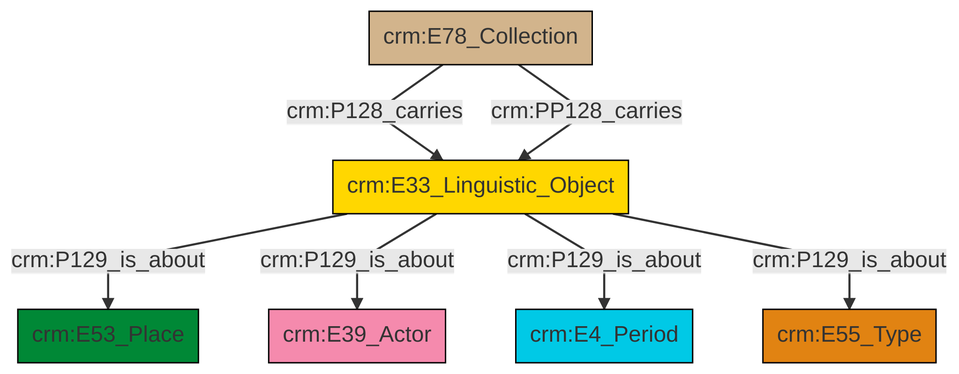
Above: et/archivalCSV/ttl/mmd/png/archival_aboutness.png in swiss-art-research-net/docs.swissartresearch (Mermaid), before the change. Its source is kept beside it as et/archivalCSV/ttl/mmd/archival_aboutness.ttl.mmd.
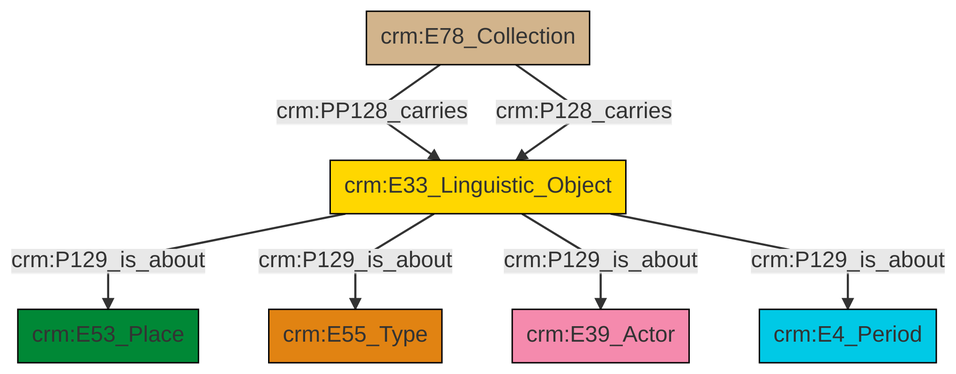
Above is the later version.

The edit, as a diff of the source:
```diff
@@ -13,9 +13,9 @@
 classDef PC_Classes fill:#4ce600, stroke:#000000;
 classDef Multi fill:#cccccc,stroke:#000000;
 
-0["crm:E78_Collection"]:::Physical_Thing -->|crm:P128_carries| 1["crm:E33_Linguistic_Object"]:::Conceptual_Object
-1["crm:E33_Linguistic_Object"]:::Conceptual_Object -->|crm:P129_is_about| 2["crm:E53_Place"]:::Place
-1["crm:E33_Linguistic_Object"]:::Conceptual_Object -->|crm:P129_is_about| 3["crm:E39_Actor"]:::Actor
-1["crm:E33_Linguistic_Object"]:::Conceptual_Object -->|crm:P129_is_about| 4["crm:E4_Period"]:::Temporal_Entity
-1["crm:E33_Linguistic_Object"]:::Conceptual_Object -->|crm:P129_is_about| 7["crm:E55_Type"]:::Type
-0["crm:E78_Collection"]:::Physical_Thing -->|crm:PP128_carries| 1["crm:E33_Linguistic_Object"]:::Conceptual_Object
+0["crm:E33_Linguistic_Object"]:::Conceptual_Object -->|crm:P129_is_about| 1["crm:E53_Place"]:::Place
+2["crm:E78_Collection"]:::Physical_Thing -->|crm:PP128_carries| 0["crm:E33_Linguistic_Object"]:::Conceptual_Object
+0["crm:E33_Linguistic_Object"]:::Conceptual_Object -->|crm:P129_is_about| 3["crm:E55_Type"]:::Type
+0["crm:E33_Linguistic_Object"]:::Conceptual_Object -->|crm:P129_is_about| 4["crm:E39_Actor"]:::Actor
+2["crm:E78_Collection"]:::Physical_Thing -->|crm:P128_carries| 0["crm:E33_Linguistic_Object"]:::Conceptual_Object
+0["crm:E33_Linguistic_Object"]:::Conceptual_Object -->|crm:P129_is_about| 8["crm:E4_Period"]:::Temporal_Entity
```
